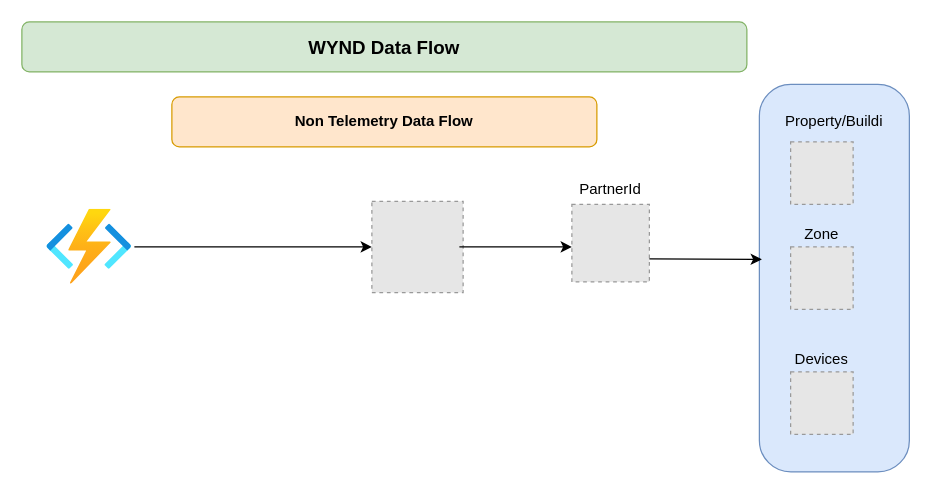
wesco-chandanabuduru/common-entities keeps this draw.io diagram as src/main/java/com/wesco/model/Untitled Diagram.drawio. Above is the earlier version. Source tidied: cells renumbered, new cells numbered last; positions are measured from the earlier drawing's top-left corner, leaving out a move shared by most shapes. Both pictures are drawn from the tidied source at 125%, with x=0, y=0 at pixel (21, 21). Pictures stored in the file or linked from it are replaced by grey dashed boxes.
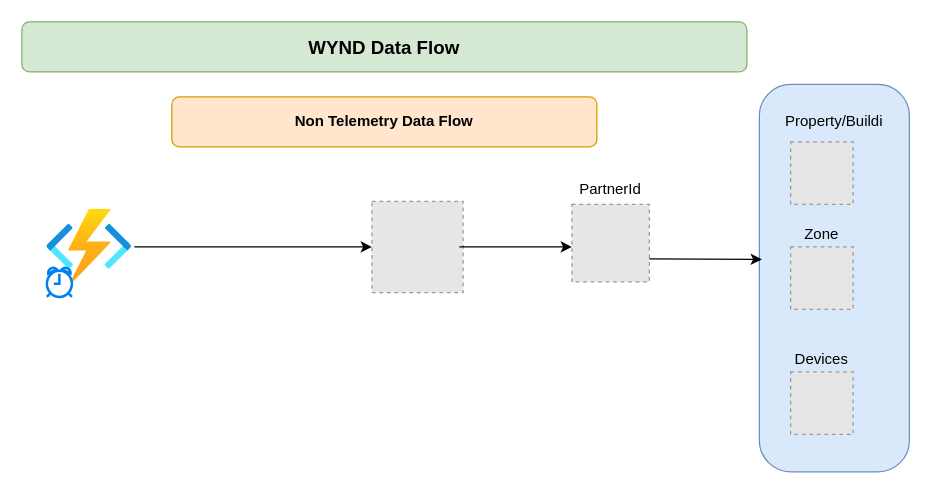
The same page after the edit.

Commit message:
wynd Non telemetry data

Change to the diagram source:
```diff
@@
+    <mxCell id="18" style="html=1;verticalLabelPosition=bottom;align=center;labelBackgroundColor=#ffffff;verticalAlign=top;strokeWidth=2;strokeColor=#0080F0;shadow=0;dashed=0;shape=mxgraph.ios7.icons.alarm_clock;" parent="1" vertex="1">
+      <mxGeometry x="20" y="196.5" width="20" height="23.5" as="geometry" />
+    </mxCell>
```
